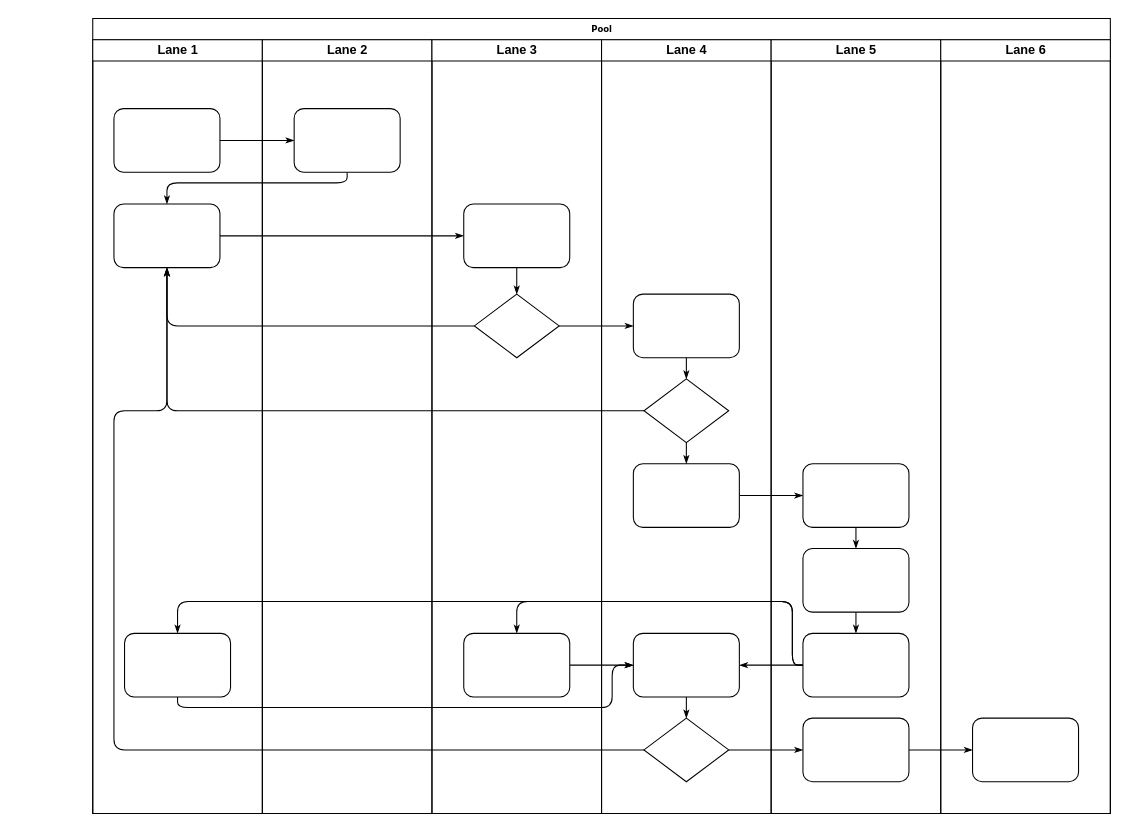
chitrasem/CodingWithChitra keeps this draw.io diagram as VirtualAccount.drawio. Above is the earlier version. Source tidied: cells renumbered, new cells numbered last; positions are measured from the earlier drawing's top-left corner, leaving out a move shared by most shapes. Both pictures are drawn from the tidied source at 106%, with x=0, y=0 at pixel (92, 18).
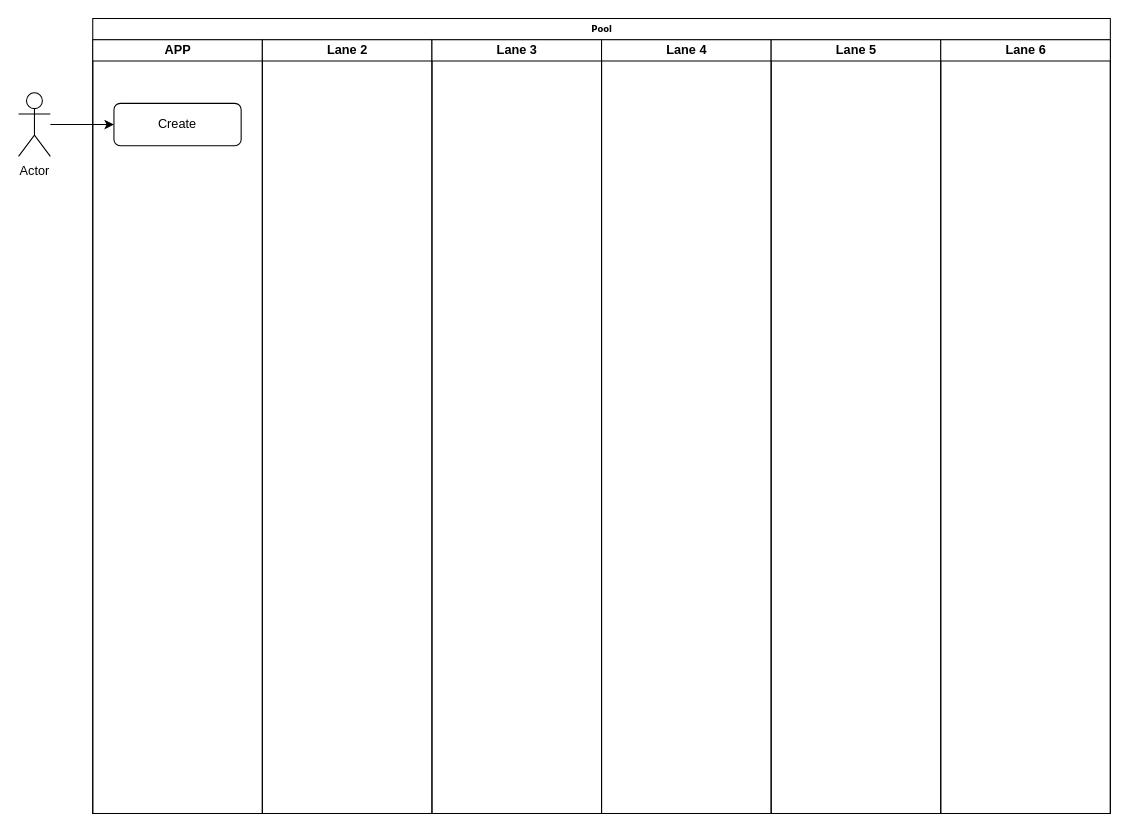
The same diagram, later.

The change refers to these unchanged cells:
```xml
<mxCell id="2" value="Pool" style="swimlane;html=1;startSize=20;rounded=0;shadow=0;labelBackgroundColor=none;strokeWidth=1;fontFamily=Verdana;fontSize=8;align=center;" parent="1" vertex="1">
  <mxGeometry width="960" height="750" as="geometry" />
</mxCell>
<mxCell id="22" value="Lane 2" style="swimlane;html=1;startSize=20;" parent="2" vertex="1">
  <mxGeometry x="160" y="20" width="160" height="730" as="geometry" />
</mxCell>
<mxCell id="24" value="Lane 3" style="swimlane;html=1;startSize=20;" parent="2" vertex="1">
  <mxGeometry x="320" y="20" width="160" height="730" as="geometry" />
</mxCell>
<mxCell id="29" value="Lane 4" style="swimlane;html=1;startSize=20;" parent="2" vertex="1">
  <mxGeometry x="480" y="20" width="160" height="730" as="geometry" />
</mxCell>
<mxCell id="38" value="Lane 5" style="swimlane;html=1;startSize=20;" parent="2" vertex="1">
  <mxGeometry x="640" y="20" width="160" height="730" as="geometry" />
</mxCell>
<mxCell id="45" value="Lane 6" style="swimlane;html=1;startSize=20;" parent="2" vertex="1">
  <mxGeometry x="800" y="20" width="160" height="730" as="geometry" />
</mxCell>
```

Change to the diagram source:
```diff
@@
-    <mxCell id="3" value="Lane 1" style="swimlane;html=1;startSize=20;" parent="2" vertex="1">
+    <mxCell id="3" value="APP" style="swimlane;html=1;startSize=20;" parent="2" vertex="1">
       <mxGeometry y="20" width="160" height="730" as="geometry" />
     </mxCell>
-    <mxCell id="4" style="rounded=1;whiteSpace=wrap;html=1;shadow=0;labelBackgroundColor=none;strokeWidth=1;fontFamily=Verdana;fontSize=8;align=center;" parent="3" vertex="1">
-      <mxGeometry x="20" y="65" width="100" height="60" as="geometry" />
-    </mxCell>
-    <mxCell id="5" style="rounded=1;whiteSpace=wrap;html=1;shadow=0;labelBackgroundColor=none;strokeWidth=1;fontFamily=Verdana;fontSize=8;align=center;" parent="3" vertex="1">
-      <mxGeometry x="20" y="155" width="100" height="60" as="geometry" />
-    </mxCell>
-    <mxCell id="6" style="rounded=1;whiteSpace=wrap;html=1;shadow=0;labelBackgroundColor=none;strokeWidth=1;fontFamily=Verdana;fontSize=8;align=center;" parent="3" vertex="1">
-      <mxGeometry x="30" y="560" width="100" height="60" as="geometry" />
-    </mxCell>
-    <mxCell id="7" style="edgeStyle=orthogonalEdgeStyle;rounded=1;html=1;labelBackgroundColor=none;startArrow=none;startFill=0;startSize=5;endArrow=classicThin;endFill=1;endSize=5;jettySize=auto;strokeWidth=1;fontFamily=Verdana;fontSize=8;" parent="2" edge="1" source="4" target="23">
-      <mxGeometry relative="1" as="geometry" />
-    </mxCell>
-    <mxCell id="8" style="edgeStyle=orthogonalEdgeStyle;rounded=1;html=1;labelBackgroundColor=none;startArrow=none;startFill=0;startSize=5;endArrow=classicThin;endFill=1;endSize=5;jettySize=auto;strokeWidth=1;fontFamily=Verdana;fontSize=8;" parent="2" edge="1" source="23" target="5">
-      <mxGeometry relative="1" as="geometry">
-        <Array as="points">
-          <mxPoint x="240" y="155" />
-          <mxPoint x="70" y="155" />
-        </Array>
-      </mxGeometry>
-    </mxCell>
-    <mxCell id="9" style="edgeStyle=orthogonalEdgeStyle;rounded=1;html=1;labelBackgroundColor=none;startArrow=none;startFill=0;startSize=5;endArrow=classicThin;endFill=1;endSize=5;jettySize=auto;strokeWidth=1;fontFamily=Verdana;fontSize=8;" parent="2" edge="1" source="5" target="25">
-      <mxGeometry relative="1" as="geometry" />
-    </mxCell>
-    <mxCell id="10" style="edgeStyle=orthogonalEdgeStyle;rounded=1;html=1;labelBackgroundColor=none;startArrow=none;startFill=0;startSize=5;endArrow=classicThin;endFill=1;endSize=5;jettySize=auto;strokeWidth=1;fontFamily=Verdana;fontSize=8;" parent="2" edge="1" source="26" target="5">
-      <mxGeometry relative="1" as="geometry" />
-    </mxCell>
-    <mxCell id="11" style="edgeStyle=orthogonalEdgeStyle;rounded=1;html=1;labelBackgroundColor=none;startArrow=none;startFill=0;startSize=5;endArrow=classicThin;endFill=1;endSize=5;jettySize=auto;strokeWidth=1;fontFamily=Verdana;fontSize=8;" parent="2" edge="1" source="31" target="5">
-      <mxGeometry relative="1" as="geometry" />
-    </mxCell>
-    <mxCell id="12" style="edgeStyle=orthogonalEdgeStyle;rounded=1;html=1;labelBackgroundColor=none;startArrow=none;startFill=0;startSize=5;endArrow=classicThin;endFill=1;endSize=5;jettySize=auto;strokeWidth=1;fontFamily=Verdana;fontSize=8;" parent="2" edge="1" source="34" target="5">
-      <mxGeometry relative="1" as="geometry">
-        <Array as="points">
-          <mxPoint x="20" y="690" />
-          <mxPoint x="20" y="370" />
-          <mxPoint x="70" y="370" />
-        </Array>
-      </mxGeometry>
-    </mxCell>
-    <mxCell id="13" style="edgeStyle=orthogonalEdgeStyle;rounded=1;html=1;labelBackgroundColor=none;startArrow=none;startFill=0;startSize=5;endArrow=classicThin;endFill=1;endSize=5;jettySize=auto;strokeWidth=1;fontFamily=Verdana;fontSize=8;" parent="2" edge="1" source="26" target="30">
-      <mxGeometry relative="1" as="geometry" />
-    </mxCell>
-    <mxCell id="14" style="edgeStyle=orthogonalEdgeStyle;rounded=1;html=1;labelBackgroundColor=none;startArrow=none;startFill=0;startSize=5;endArrow=classicThin;endFill=1;endSize=5;jettySize=auto;strokeWidth=1;fontFamily=Verdana;fontSize=8;" parent="2" edge="1" source="34" target="42">
-      <mxGeometry relative="1" as="geometry" />
-    </mxCell>
-    <mxCell id="15" style="edgeStyle=orthogonalEdgeStyle;rounded=1;html=1;labelBackgroundColor=none;startArrow=none;startFill=0;startSize=5;endArrow=classicThin;endFill=1;endSize=5;jettySize=auto;strokeWidth=1;fontFamily=Verdana;fontSize=8;" parent="2" edge="1" source="42" target="46">
-      <mxGeometry relative="1" as="geometry" />
-    </mxCell>
-    <mxCell id="16" style="edgeStyle=orthogonalEdgeStyle;rounded=1;html=1;labelBackgroundColor=none;startArrow=none;startFill=0;startSize=5;endArrow=classicThin;endFill=1;endSize=5;jettySize=auto;strokeWidth=1;fontFamily=Verdana;fontSize=8;" parent="2" edge="1" source="32" target="39">
-      <mxGeometry relative="1" as="geometry" />
-    </mxCell>
-    <mxCell id="17" style="edgeStyle=orthogonalEdgeStyle;rounded=1;html=1;labelBackgroundColor=none;startArrow=none;startFill=0;startSize=5;endArrow=classicThin;endFill=1;endSize=5;jettySize=auto;strokeWidth=1;fontFamily=Verdana;fontSize=8;" parent="2" edge="1" source="41" target="27">
-      <mxGeometry relative="1" as="geometry">
-        <Array as="points">
-          <mxPoint x="660" y="610" />
-          <mxPoint x="660" y="550" />
-          <mxPoint x="400" y="550" />
-        </Array>
-      </mxGeometry>
-    </mxCell>
-    <mxCell id="18" style="edgeStyle=orthogonalEdgeStyle;rounded=1;html=1;labelBackgroundColor=none;startArrow=none;startFill=0;startSize=5;endArrow=classicThin;endFill=1;endSize=5;jettySize=auto;strokeColor=#000000;strokeWidth=1;fontFamily=Verdana;fontSize=8;fontColor=#000000;" parent="2" edge="1" source="41" target="33">
-      <mxGeometry relative="1" as="geometry" />
-    </mxCell>
-    <mxCell id="19" style="edgeStyle=orthogonalEdgeStyle;rounded=1;html=1;labelBackgroundColor=none;startArrow=none;startFill=0;startSize=5;endArrow=classicThin;endFill=1;endSize=5;jettySize=auto;strokeWidth=1;fontFamily=Verdana;fontSize=8;" parent="2" edge="1" source="41" target="6">
-      <mxGeometry relative="1" as="geometry">
-        <Array as="points">
-          <mxPoint x="660" y="610" />
-          <mxPoint x="660" y="550" />
-          <mxPoint x="80" y="550" />
-        </Array>
-      </mxGeometry>
-    </mxCell>
-    <mxCell id="20" style="edgeStyle=orthogonalEdgeStyle;rounded=1;html=1;labelBackgroundColor=none;startArrow=none;startFill=0;startSize=5;endArrow=classicThin;endFill=1;endSize=5;jettySize=auto;strokeWidth=1;fontFamily=Verdana;fontSize=8;" parent="2" edge="1" source="6" target="33">
-      <mxGeometry relative="1" as="geometry">
-        <Array as="points">
-          <mxPoint x="80" y="650" />
-          <mxPoint x="490" y="650" />
-          <mxPoint x="490" y="610" />
-        </Array>
-      </mxGeometry>
-    </mxCell>
-    <mxCell id="21" style="edgeStyle=orthogonalEdgeStyle;rounded=1;html=1;labelBackgroundColor=none;startArrow=none;startFill=0;startSize=5;endArrow=classicThin;endFill=1;endSize=5;jettySize=auto;strokeWidth=1;fontFamily=Verdana;fontSize=8;" parent="2" edge="1" source="27" target="33">
-      <mxGeometry relative="1" as="geometry" />
-    </mxCell>
+    <mxCell id="47" value="Create" style="rounded=1;whiteSpace=wrap;html=1;" parent="3" vertex="1">
+      <mxGeometry x="20" y="60" width="120" height="40" as="geometry" />
+    </mxCell>
@@
-    <mxCell id="23" style="rounded=1;whiteSpace=wrap;html=1;shadow=0;labelBackgroundColor=none;strokeWidth=1;fontFamily=Verdana;fontSize=8;align=center;" parent="22" vertex="1">
-      <mxGeometry x="30" y="65" width="100" height="60" as="geometry" />
-    </mxCell>
@@
-    <mxCell id="25" style="rounded=1;whiteSpace=wrap;html=1;shadow=0;labelBackgroundColor=none;strokeWidth=1;fontFamily=Verdana;fontSize=8;align=center;" parent="24" vertex="1">
-      <mxGeometry x="30" y="155" width="100" height="60" as="geometry" />
-    </mxCell>
-    <mxCell id="26" style="rhombus;whiteSpace=wrap;html=1;rounded=0;shadow=0;labelBackgroundColor=none;strokeWidth=1;fontFamily=Verdana;fontSize=8;align=center;" parent="24" vertex="1">
-      <mxGeometry x="40" y="240" width="80" height="60" as="geometry" />
-    </mxCell>
-    <mxCell id="27" style="rounded=1;whiteSpace=wrap;html=1;shadow=0;labelBackgroundColor=none;strokeWidth=1;fontFamily=Verdana;fontSize=8;align=center;" parent="24" vertex="1">
-      <mxGeometry x="30" y="560" width="100" height="60" as="geometry" />
-    </mxCell>
-    <mxCell id="28" style="edgeStyle=orthogonalEdgeStyle;rounded=1;html=1;labelBackgroundColor=none;startArrow=none;startFill=0;startSize=5;endArrow=classicThin;endFill=1;endSize=5;jettySize=auto;strokeWidth=1;fontFamily=Verdana;fontSize=8;" parent="24" edge="1" source="25" target="26">
-      <mxGeometry relative="1" as="geometry" />
-    </mxCell>
@@
-    <mxCell id="30" style="rounded=1;whiteSpace=wrap;html=1;shadow=0;labelBackgroundColor=none;strokeWidth=1;fontFamily=Verdana;fontSize=8;align=center;" parent="29" vertex="1">
-      <mxGeometry x="30" y="240" width="100" height="60" as="geometry" />
-    </mxCell>
-    <mxCell id="31" style="rhombus;whiteSpace=wrap;html=1;rounded=0;shadow=0;labelBackgroundColor=none;strokeWidth=1;fontFamily=Verdana;fontSize=8;align=center;" parent="29" vertex="1">
-      <mxGeometry x="40" y="320" width="80" height="60" as="geometry" />
-    </mxCell>
-    <mxCell id="32" style="rounded=1;whiteSpace=wrap;html=1;shadow=0;labelBackgroundColor=none;strokeWidth=1;fontFamily=Verdana;fontSize=8;align=center;" parent="29" vertex="1">
-      <mxGeometry x="30" y="400" width="100" height="60" as="geometry" />
-    </mxCell>
-    <mxCell id="33" style="rounded=1;whiteSpace=wrap;html=1;shadow=0;labelBackgroundColor=none;strokeWidth=1;fontFamily=Verdana;fontSize=8;align=center;" parent="29" vertex="1">
-      <mxGeometry x="30" y="560" width="100" height="60" as="geometry" />
-    </mxCell>
-    <mxCell id="34" style="rhombus;whiteSpace=wrap;html=1;rounded=0;shadow=0;labelBackgroundColor=none;strokeWidth=1;fontFamily=Verdana;fontSize=8;align=center;" parent="29" vertex="1">
-      <mxGeometry x="40" y="640" width="80" height="60" as="geometry" />
-    </mxCell>
-    <mxCell id="35" style="edgeStyle=orthogonalEdgeStyle;rounded=1;html=1;labelBackgroundColor=none;startArrow=none;startFill=0;startSize=5;endArrow=classicThin;endFill=1;endSize=5;jettySize=auto;strokeColor=#000000;strokeWidth=1;fontFamily=Verdana;fontSize=8;fontColor=#000000;" parent="29" edge="1" source="30" target="31">
-      <mxGeometry relative="1" as="geometry" />
-    </mxCell>
-    <mxCell id="36" style="edgeStyle=orthogonalEdgeStyle;rounded=1;html=1;labelBackgroundColor=none;startArrow=none;startFill=0;startSize=5;endArrow=classicThin;endFill=1;endSize=5;jettySize=auto;strokeWidth=1;fontFamily=Verdana;fontSize=8;" parent="29" edge="1" source="31" target="32">
-      <mxGeometry relative="1" as="geometry" />
-    </mxCell>
-    <mxCell id="37" style="edgeStyle=orthogonalEdgeStyle;rounded=1;html=1;labelBackgroundColor=none;startArrow=none;startFill=0;startSize=5;endArrow=classicThin;endFill=1;endSize=5;jettySize=auto;strokeWidth=1;fontFamily=Verdana;fontSize=8;" parent="29" edge="1" source="33" target="34">
-      <mxGeometry relative="1" as="geometry" />
-    </mxCell>
@@
-    <mxCell id="39" style="rounded=1;whiteSpace=wrap;html=1;shadow=0;labelBackgroundColor=none;strokeWidth=1;fontFamily=Verdana;fontSize=8;align=center;" parent="38" vertex="1">
-      <mxGeometry x="30" y="400" width="100" height="60" as="geometry" />
-    </mxCell>
-    <mxCell id="40" style="rounded=1;whiteSpace=wrap;html=1;shadow=0;labelBackgroundColor=none;strokeWidth=1;fontFamily=Verdana;fontSize=8;align=center;" parent="38" vertex="1">
-      <mxGeometry x="30" y="480" width="100" height="60" as="geometry" />
-    </mxCell>
-    <mxCell id="41" style="rounded=1;whiteSpace=wrap;html=1;shadow=0;labelBackgroundColor=none;strokeWidth=1;fontFamily=Verdana;fontSize=8;align=center;" parent="38" vertex="1">
-      <mxGeometry x="30" y="560" width="100" height="60" as="geometry" />
-    </mxCell>
-    <mxCell id="42" style="rounded=1;whiteSpace=wrap;html=1;shadow=0;labelBackgroundColor=none;strokeWidth=1;fontFamily=Verdana;fontSize=8;align=center;" parent="38" vertex="1">
-      <mxGeometry x="30" y="640" width="100" height="60" as="geometry" />
-    </mxCell>
-    <mxCell id="43" style="edgeStyle=orthogonalEdgeStyle;rounded=1;html=1;labelBackgroundColor=none;startArrow=none;startFill=0;startSize=5;endArrow=classicThin;endFill=1;endSize=5;jettySize=auto;strokeWidth=1;fontFamily=Verdana;fontSize=8;" parent="38" edge="1" source="39" target="40">
-      <mxGeometry relative="1" as="geometry" />
-    </mxCell>
-    <mxCell id="44" style="edgeStyle=orthogonalEdgeStyle;rounded=1;html=1;labelBackgroundColor=none;startArrow=none;startFill=0;startSize=5;endArrow=classicThin;endFill=1;endSize=5;jettySize=auto;strokeWidth=1;fontFamily=Verdana;fontSize=8;" parent="38" edge="1" source="40" target="41">
-      <mxGeometry relative="1" as="geometry" />
-    </mxCell>
@@
-    <mxCell id="46" style="rounded=1;whiteSpace=wrap;html=1;shadow=0;labelBackgroundColor=none;strokeWidth=1;fontFamily=Verdana;fontSize=8;align=center;" parent="45" vertex="1">
-      <mxGeometry x="30" y="640" width="100" height="60" as="geometry" />
-    </mxCell>
+    <mxCell id="48" style="edgeStyle=orthogonalEdgeStyle;rounded=0;jettySize=auto;html=1;entryX=0;entryY=0.5;entryDx=0;entryDy=0;" parent="1" edge="1" source="49" target="47">
+      <mxGeometry relative="1" as="geometry" />
+    </mxCell>
+    <mxCell id="49" value="Actor" style="shape=umlActor;verticalLabelPosition=bottom;verticalAlign=top;html=1;outlineConnect=0;" parent="1" vertex="1">
+      <mxGeometry x="-70" y="70" width="30" height="60" as="geometry" />
+    </mxCell>
```
